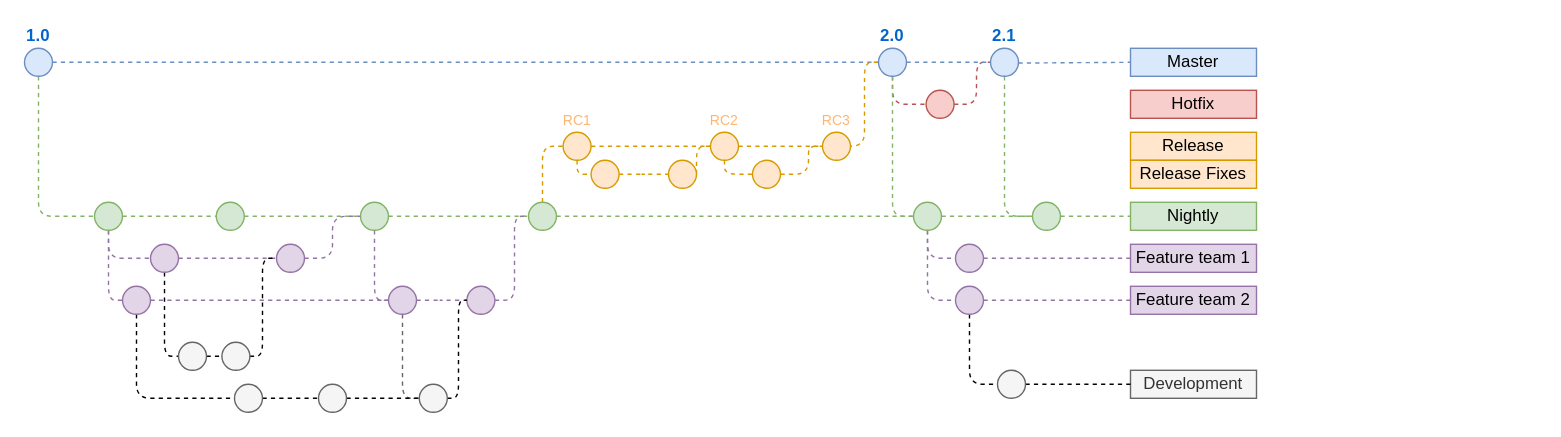
Before: gitflow.drawio in SpringProject24/nowaste, a draw.io diagram. Source tidied: cells renumbered, new cells numbered last; positions are measured from the earlier drawing's top-left corner, leaving out a move shared by most shapes. Both pictures are drawn from the tidied source at 140%, with x=0, y=0 at pixel (24, 48).
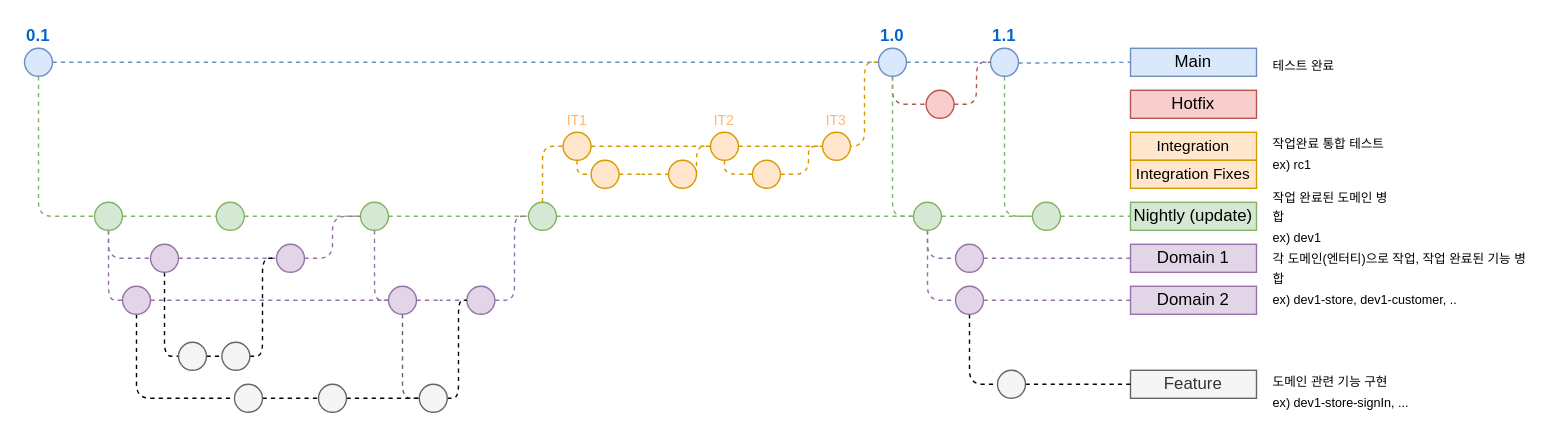
After the change.

The edit, as a diff of the source:
```diff
@@
+    <mxCell id="4" value="0.1" style="ellipse;whiteSpace=wrap;html=1;fillColor=#dae8fc;strokeColor=#6c8ebf;fontStyle=1;labelPosition=center;verticalLabelPosition=top;align=center;verticalAlign=bottom;fontColor=#0066CC;" parent="1" vertex="1">
+      <mxGeometry width="20" height="20" as="geometry" />
+    </mxCell>
@@
-    <mxCell id="4" value="1.0" style="ellipse;whiteSpace=wrap;html=1;fillColor=#dae8fc;strokeColor=#6c8ebf;fontStyle=1;labelPosition=center;verticalLabelPosition=top;align=center;verticalAlign=bottom;fontColor=#0066CC;" parent="1" vertex="1">
-      <mxGeometry width="20" height="20" as="geometry" />
-    </mxCell>
-    <mxCell id="5" value="Master" style="text;html=1;strokeColor=#6c8ebf;fillColor=#dae8fc;align=center;verticalAlign=middle;whiteSpace=wrap;rounded=0;" parent="1" vertex="1">
+    <mxCell id="5" value="Main" style="text;html=1;strokeColor=#6c8ebf;fillColor=#dae8fc;align=center;verticalAlign=middle;whiteSpace=wrap;rounded=0;" parent="1" vertex="1">
       <mxGeometry x="790" width="90" height="20" as="geometry" />
     </mxCell>
@@
-    <mxCell id="9" value="2.1" style="ellipse;whiteSpace=wrap;html=1;fillColor=#dae8fc;strokeColor=#6c8ebf;fontStyle=1;labelPosition=center;verticalLabelPosition=top;align=center;verticalAlign=bottom;fontColor=#0066CC;" parent="1" vertex="1">
+    <mxCell id="9" value="1.1" style="ellipse;whiteSpace=wrap;html=1;fillColor=#dae8fc;strokeColor=#6c8ebf;fontStyle=1;labelPosition=center;verticalLabelPosition=top;align=center;verticalAlign=bottom;fontColor=#0066CC;" parent="1" vertex="1">
       <mxGeometry x="690" width="20" height="20" as="geometry" />
     </mxCell>
@@
-    <mxCell id="16" style="ellipse;whiteSpace=wrap;html=1;fillColor=#d5e8d4;strokeColor=#82b366;" parent="1" vertex="1">
+    <mxCell id="16" style="ellipse;whiteSpace=wrap;html=1;fillColor=#d5e8d4;strokeColor=#82b366;labelPosition=center;verticalLabelPosition=top;align=center;verticalAlign=bottom;" parent="1" vertex="1">
       <mxGeometry x="50" y="110" width="20" height="20" as="geometry" />
     </mxCell>
-    <mxCell id="17" value="Nightly" style="text;html=1;strokeColor=#82b366;fillColor=#d5e8d4;align=center;verticalAlign=middle;whiteSpace=wrap;rounded=0;" parent="1" vertex="1">
+    <mxCell id="17" value="Nightly (update)" style="text;html=1;strokeColor=#82b366;fillColor=#d5e8d4;align=center;verticalAlign=middle;whiteSpace=wrap;rounded=0;" parent="1" vertex="1">
       <mxGeometry x="790" y="110" width="90" height="20" as="geometry" />
     </mxCell>
@@
-    <mxCell id="27" value="2.0" style="ellipse;whiteSpace=wrap;html=1;fillColor=#dae8fc;strokeColor=#6c8ebf;fontStyle=1;labelPosition=center;verticalLabelPosition=top;align=center;verticalAlign=bottom;fontColor=#0066CC;" parent="1" vertex="1">
+    <mxCell id="27" value="1.0" style="ellipse;whiteSpace=wrap;html=1;fillColor=#dae8fc;strokeColor=#6c8ebf;fontStyle=1;labelPosition=center;verticalLabelPosition=top;align=center;verticalAlign=bottom;fontColor=#0066CC;" parent="1" vertex="1">
       <mxGeometry x="610" width="20" height="20" as="geometry" />
     </mxCell>
@@
-    <mxCell id="31" value="RC2" style="ellipse;whiteSpace=wrap;html=1;fontSize=10;labelPosition=center;verticalLabelPosition=top;align=center;verticalAlign=bottom;fillColor=#ffe6cc;strokeColor=#d79b00;fontColor=#FFB570;" parent="1" vertex="1">
+    <mxCell id="31" value="IT2" style="ellipse;whiteSpace=wrap;html=1;fontSize=10;labelPosition=center;verticalLabelPosition=top;align=center;verticalAlign=bottom;fillColor=#ffe6cc;strokeColor=#d79b00;fontColor=#FFB570;" parent="1" vertex="1">
       <mxGeometry x="490" y="60" width="20" height="20" as="geometry" />
     </mxCell>
@@
-    <mxCell id="33" value="RC1" style="ellipse;whiteSpace=wrap;html=1;fontSize=10;labelPosition=center;verticalLabelPosition=top;align=center;verticalAlign=bottom;fillColor=#ffe6cc;strokeColor=#d79b00;fontColor=#FFB570;" parent="1" vertex="1">
+    <mxCell id="33" value="IT1" style="ellipse;whiteSpace=wrap;html=1;fontSize=10;labelPosition=center;verticalLabelPosition=top;align=center;verticalAlign=bottom;fillColor=#ffe6cc;strokeColor=#d79b00;fontColor=#FFB570;" parent="1" vertex="1">
       <mxGeometry x="384.7" y="60" width="20" height="20" as="geometry" />
     </mxCell>
-    <mxCell id="34" value="Release" style="text;html=1;strokeColor=#d79b00;fillColor=#ffe6cc;align=center;verticalAlign=middle;whiteSpace=wrap;rounded=0;fontSize=12;" parent="1" vertex="1">
+    <mxCell id="34" value="&lt;font style=&quot;font-size: 11px;&quot;&gt;Integration&lt;/font&gt;" style="text;html=1;strokeColor=#d79b00;fillColor=#ffe6cc;align=center;verticalAlign=middle;whiteSpace=wrap;rounded=0;fontSize=12;" parent="1" vertex="1">
       <mxGeometry x="790" y="60" width="90" height="20" as="geometry" />
     </mxCell>
@@
-    <mxCell id="49" value="Feature team 1" style="text;html=1;strokeColor=#9673a6;fillColor=#e1d5e7;align=center;verticalAlign=middle;whiteSpace=wrap;rounded=0;" parent="1" vertex="1">
+    <mxCell id="49" value="Domain 1" style="text;html=1;strokeColor=#9673a6;fillColor=#e1d5e7;align=center;verticalAlign=middle;whiteSpace=wrap;rounded=0;" parent="1" vertex="1">
       <mxGeometry x="790" y="140" width="90" height="20" as="geometry" />
     </mxCell>
-    <mxCell id="50" value="Feature team 2" style="text;html=1;strokeColor=#9673a6;fillColor=#e1d5e7;align=center;verticalAlign=middle;whiteSpace=wrap;rounded=0;" parent="1" vertex="1">
+    <mxCell id="50" value="Domain 2" style="text;html=1;strokeColor=#9673a6;fillColor=#e1d5e7;align=center;verticalAlign=middle;whiteSpace=wrap;rounded=0;" parent="1" vertex="1">
       <mxGeometry x="790" y="170" width="90" height="20" as="geometry" />
     </mxCell>
@@
-    <mxCell id="61" value="Development" style="text;html=1;strokeColor=#666666;fillColor=#f5f5f5;align=center;verticalAlign=middle;whiteSpace=wrap;rounded=0;fontColor=#333333;" parent="1" vertex="1">
+    <mxCell id="61" value="Feature" style="text;html=1;strokeColor=#666666;fillColor=#f5f5f5;align=center;verticalAlign=middle;whiteSpace=wrap;rounded=0;fontColor=#333333;" parent="1" vertex="1">
       <mxGeometry x="790" y="230" width="90" height="20" as="geometry" />
     </mxCell>
@@
-    <mxCell id="69" value="Release Fixes" style="text;html=1;strokeColor=#d79b00;fillColor=#ffe6cc;align=center;verticalAlign=middle;whiteSpace=wrap;rounded=0;fontSize=12;" parent="1" vertex="1">
+    <mxCell id="69" value="Integration&amp;nbsp;Fixes" style="text;html=1;strokeColor=#d79b00;fillColor=#ffe6cc;align=center;verticalAlign=middle;whiteSpace=wrap;rounded=0;fontSize=11;" parent="1" vertex="1">
       <mxGeometry x="790" y="80" width="90" height="20" as="geometry" />
     </mxCell>
@@
-    <mxCell id="74" value="RC3" style="ellipse;whiteSpace=wrap;html=1;fontSize=10;fillColor=#ffe6cc;strokeColor=#d79b00;labelPosition=center;verticalLabelPosition=top;align=center;verticalAlign=bottom;fontColor=#FFB570;" parent="1" vertex="1">
+    <mxCell id="74" value="IT3" style="ellipse;whiteSpace=wrap;html=1;fontSize=10;fillColor=#ffe6cc;strokeColor=#d79b00;labelPosition=center;verticalLabelPosition=top;align=center;verticalAlign=bottom;fontColor=#FFB570;" parent="1" vertex="1">
       <mxGeometry x="570" y="60" width="20" height="20" as="geometry" />
     </mxCell>
@@
+    <mxCell id="83" value="&lt;font style=&quot;font-size: 9px;&quot;&gt;각 도메인(엔터티)으로 작업&lt;/font&gt;&lt;span style=&quot;background-color: initial; font-size: 9px;&quot;&gt;, 작업 완료된 기능 병합&lt;/span&gt;&lt;div&gt;&lt;div&gt;&lt;span style=&quot;font-size: 9px; background-color: initial;&quot;&gt;ex) dev1-store, dev1-customer, ..&lt;/span&gt;&lt;br&gt;&lt;/div&gt;&lt;/div&gt;" style="text;html=1;align=left;verticalAlign=middle;whiteSpace=wrap;rounded=0;" parent="1" vertex="1">
+      <mxGeometry x="890" y="149" width="190" height="30" as="geometry" />
+    </mxCell>
+    <mxCell id="84" value="&lt;font style=&quot;font-size: 9px;&quot;&gt;작업 완료된 도메인 병합&lt;/font&gt;&lt;div&gt;&lt;font style=&quot;font-size: 9px;&quot;&gt;ex) dev1&lt;/font&gt;&lt;/div&gt;" style="text;html=1;align=left;verticalAlign=middle;whiteSpace=wrap;rounded=0;" parent="1" vertex="1">
+      <mxGeometry x="890" y="105" width="90" height="30" as="geometry" />
+    </mxCell>
+    <mxCell id="85" value="&lt;div&gt;&lt;span style=&quot;font-size: 9px; background-color: initial;&quot;&gt;작업완료 통합 테스트&lt;/span&gt;&lt;br&gt;&lt;/div&gt;&lt;div&gt;&lt;font style=&quot;font-size: 9px;&quot;&gt;ex) rc1&lt;/font&gt;&lt;/div&gt;" style="text;html=1;align=left;verticalAlign=middle;whiteSpace=wrap;rounded=0;" parent="1" vertex="1">
+      <mxGeometry x="890" y="59" width="90" height="31" as="geometry" />
+    </mxCell>
+    <mxCell id="86" value="&lt;font style=&quot;font-size: 9px;&quot;&gt;도메인 관련 기능 구현&lt;/font&gt;&lt;div&gt;&lt;font style=&quot;font-size: 9px;&quot;&gt;ex) dev1-store-signIn, ...&lt;/font&gt;&lt;/div&gt;" style="text;html=1;align=left;verticalAlign=middle;whiteSpace=wrap;rounded=0;" parent="1" vertex="1">
+      <mxGeometry x="890" y="230" width="110" height="30" as="geometry" />
+    </mxCell>
+    <mxCell id="87" value="&lt;div&gt;&lt;span style=&quot;font-size: 9px; background-color: initial;&quot;&gt;테스트 완료&lt;/span&gt;&lt;/div&gt;" style="text;html=1;align=left;verticalAlign=middle;whiteSpace=wrap;rounded=0;" parent="1" vertex="1">
+      <mxGeometry x="890" y="-4" width="90" height="31" as="geometry" />
+    </mxCell>
```
